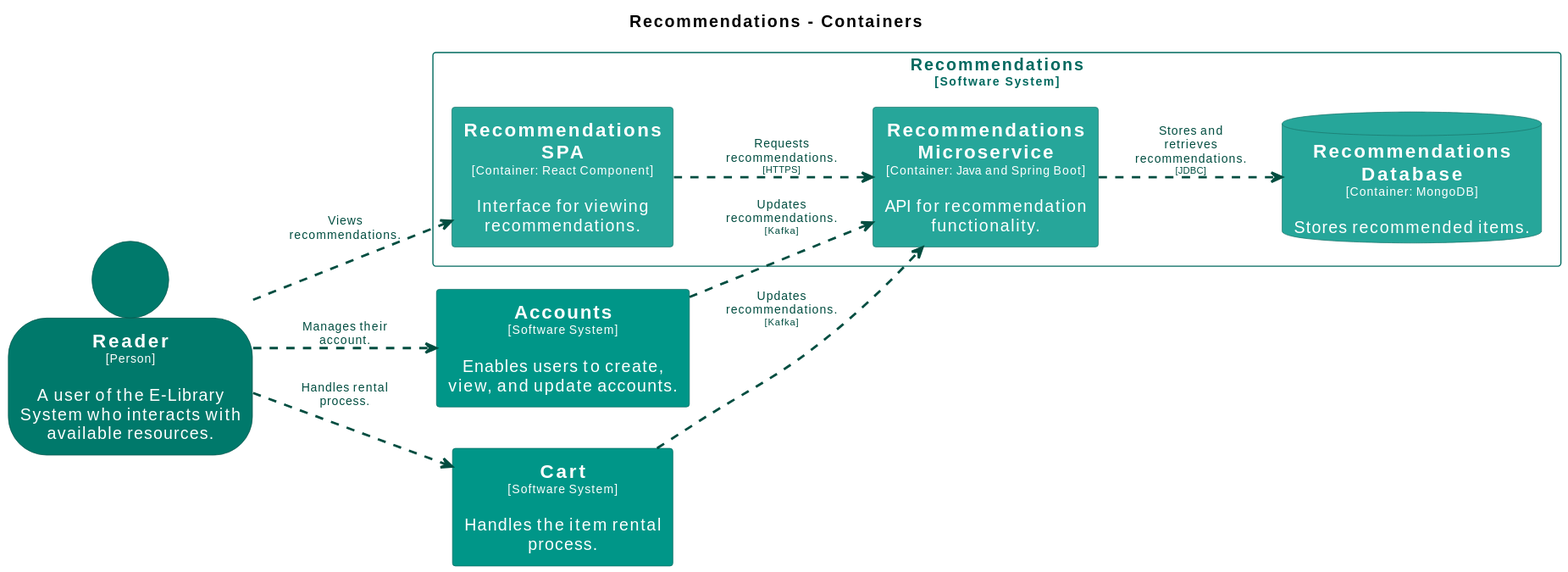
Earlier version of the PlantUML export main/svg/Container-005.svg (Goodmorning918/E-Library-Architecture). Its source is kept beside it as main/puml/Container-005.puml.
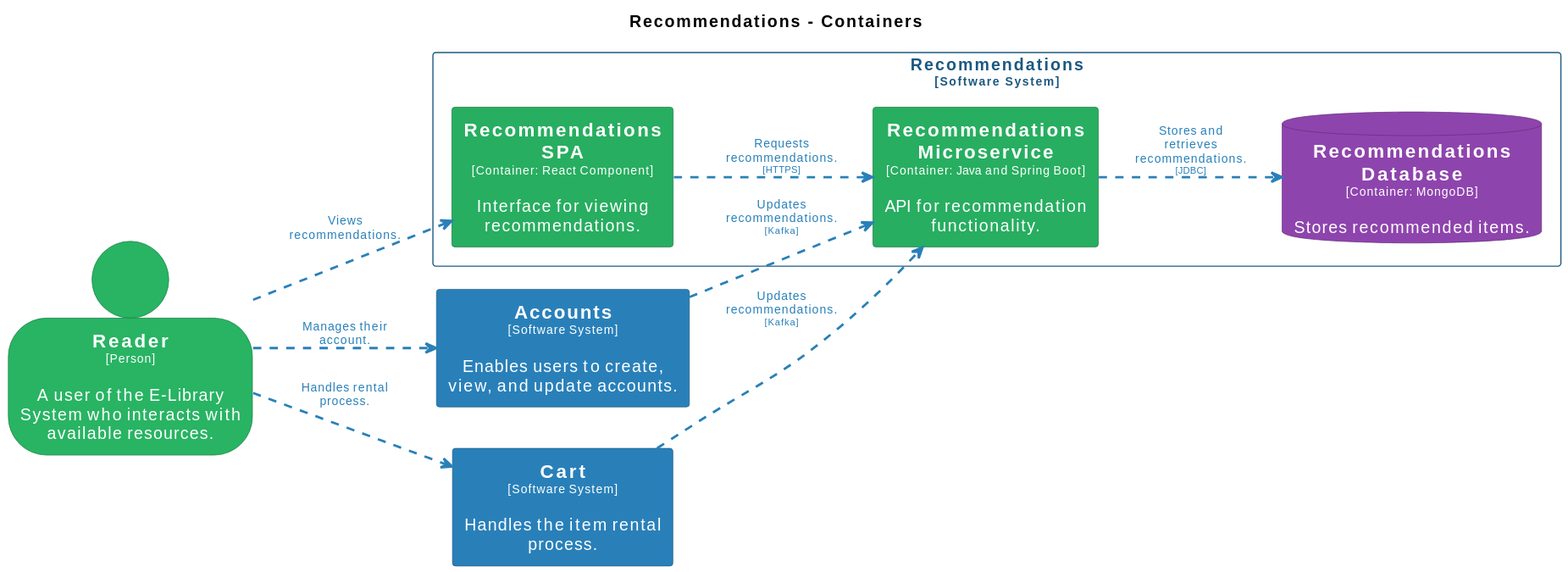
Above is the later version.

Change to the diagram source:
```diff
@@ -14,44 +14,44 @@
 hide stereotype
 
 skinparam rectangle<<Accounts>> {
-  BackgroundColor #009688
+  BackgroundColor #2980b9
   FontColor #ffffff
-  BorderColor #00695f
+  BorderColor #1c5981
   shadowing false
 }
 skinparam rectangle<<Cart>> {
-  BackgroundColor #009688
+  BackgroundColor #2980b9
   FontColor #ffffff
-  BorderColor #00695f
+  BorderColor #1c5981
   shadowing false
 }
 skinparam person<<Reader>> {
-  BackgroundColor #00796b
+  BackgroundColor #28b463
   FontColor #ffffff
-  BorderColor #00544a
+  BorderColor #1c7d45
   shadowing false
 }
 skinparam database<<Recommendations.RecommendationsDatabase>> {
-  BackgroundColor #26a69a
+  BackgroundColor #8e44ad
   FontColor #ffffff
-  BorderColor #1a746b
+  BorderColor #632f79
   shadowing false
 }
 skinparam rectangle<<Recommendations.RecommendationsMicroservice>> {
-  BackgroundColor #26a69a
+  BackgroundColor #27ae60
   FontColor #ffffff
-  BorderColor #1a746b
+  BorderColor #1b7943
   shadowing false
 }
 skinparam rectangle<<Recommendations.RecommendationsSPA>> {
-  BackgroundColor #26a69a
+  BackgroundColor #27ae60
   FontColor #ffffff
-  BorderColor #1a746b
+  BorderColor #1b7943
   shadowing false
 }
 skinparam rectangle<<Recommendations>> {
-  BorderColor #00695f
-  FontColor #00695f
+  BorderColor #1c5981
+  FontColor #1c5981
   shadowing false
 }
 
@@ -65,11 +65,11 @@
   database "==Recommendations Database\n<size:10>[Container: MongoDB]</size>\n\nStores recommended items." <<Recommendations.RecommendationsDatabase>> as Recommendations.RecommendationsDatabase
 }
 
-Reader .[#004d40,thickness=2].> Accounts : "<color:#004d40>Manages their account."
-Reader .[#004d40,thickness=2].> Cart : "<color:#004d40>Handles rental process."
-Reader .[#004d40,thickness=2].> Recommendations.RecommendationsSPA : "<color:#004d40>Views recommendations."
-Accounts .[#004d40,thickness=2].> Recommendations.RecommendationsMicroservice : "<color:#004d40>Updates recommendations.\n<color:#004d40><size:8>[Kafka]</size>"
-Cart .[#004d40,thickness=2].> Recommendations.RecommendationsMicroservice : "<color:#004d40>Updates recommendations.\n<color:#004d40><size:8>[Kafka]</size>"
-Recommendations.RecommendationsSPA .[#004d40,thickness=2].> Recommendations.RecommendationsMicroservice : "<color:#004d40>Requests recommendations.\n<color:#004d40><size:8>[HTTPS]</size>"
-Recommendations.RecommendationsMicroservice .[#004d40,thickness=2].> Recommendations.RecommendationsDatabase : "<color:#004d40>Stores and retrieves recommendations.\n<color:#004d40><size:8>[JDBC]</size>"
+Reader .[#2980b9,thickness=2].> Accounts : "<color:#2980b9>Manages their account."
+Reader .[#2980b9,thickness=2].> Cart : "<color:#2980b9>Handles rental process."
+Reader .[#2980b9,thickness=2].> Recommendations.RecommendationsSPA : "<color:#2980b9>Views recommendations."
+Accounts .[#2980b9,thickness=2].> Recommendations.RecommendationsMicroservice : "<color:#2980b9>Updates recommendations.\n<color:#2980b9><size:8>[Kafka]</size>"
+Cart .[#2980b9,thickness=2].> Recommendations.RecommendationsMicroservice : "<color:#2980b9>Updates recommendations.\n<color:#2980b9><size:8>[Kafka]</size>"
+Recommendations.RecommendationsSPA .[#2980b9,thickness=2].> Recommendations.RecommendationsMicroservice : "<color:#2980b9>Requests recommendations.\n<color:#2980b9><size:8>[HTTPS]</size>"
+Recommendations.RecommendationsMicroservice .[#2980b9,thickness=2].> Recommendations.RecommendationsDatabase : "<color:#2980b9>Stores and retrieves recommendations.\n<color:#2980b9><size:8>[JDBC]</size>"
 @enduml
```
